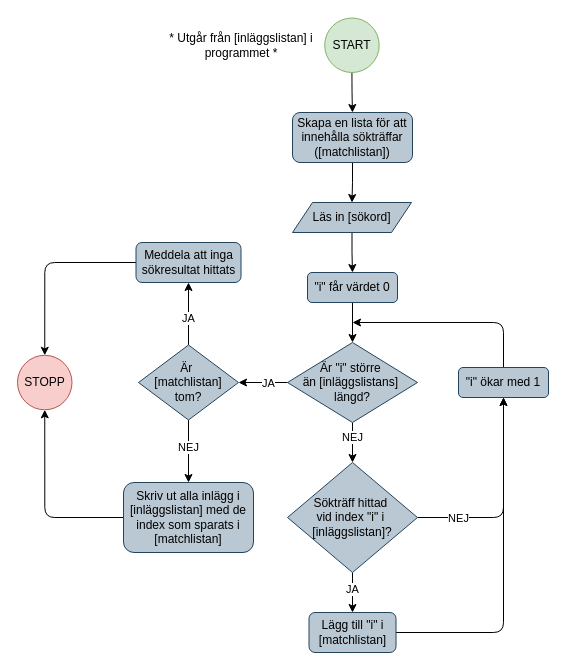
Before: Linjär sökning.drawio in JakeBow/shopping-list, a draw.io diagram. Source tidied: cells renumbered, new cells numbered last; positions are measured from the earlier drawing's top-left corner, leaving out a move shared by most shapes. Both pictures are drawn from the tidied source at 100%, with x=0, y=0 at pixel (17, 18).
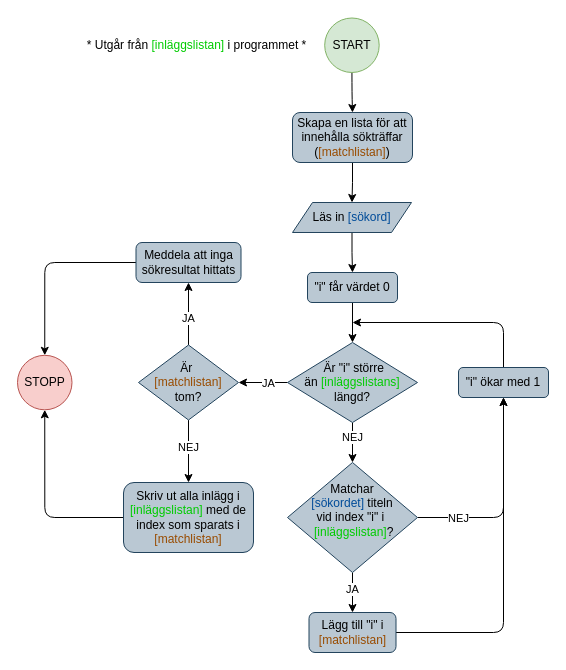
Above is the later version.

What changed in the source:
```diff
@@
-    <mxCell id="3" value="Skapa en lista för att innehålla sökträffar ([matchlistan])" style="rounded=1;whiteSpace=wrap;html=1;fontSize=12;glass=0;strokeWidth=1;shadow=0;fillColor=#bac8d3;strokeColor=#23445d;" parent="1" vertex="1">
+    <mxCell id="3" value="Skapa en lista för att innehålla sökträffar (&lt;font color=&quot;#994c00&quot;&gt;[matchlistan]&lt;/font&gt;)" style="rounded=1;whiteSpace=wrap;html=1;fontSize=12;glass=0;strokeWidth=1;shadow=0;fillColor=#bac8d3;strokeColor=#23445d;" parent="1" vertex="1">
       <mxGeometry x="275" y="94" width="120" height="50" as="geometry" />
     </mxCell>
@@
-    <mxCell id="5" value="Läs in [sökord]" style="shape=parallelogram;perimeter=parallelogramPerimeter;whiteSpace=wrap;html=1;fixedSize=1;fillColor=#bac8d3;strokeColor=#23445d;" parent="1" vertex="1">
+    <mxCell id="5" value="Läs in &lt;font color=&quot;#004c99&quot;&gt;[sökord]&lt;/font&gt;" style="shape=parallelogram;perimeter=parallelogramPerimeter;whiteSpace=wrap;html=1;fixedSize=1;fillColor=#bac8d3;strokeColor=#23445d;" parent="1" vertex="1">
       <mxGeometry x="275" y="184" width="119" height="30" as="geometry" />
     </mxCell>
-    <mxCell id="6" value="* Utgår från [inläggslistan] i programmet *" style="text;html=1;align=center;verticalAlign=middle;whiteSpace=wrap;rounded=0;" parent="1" vertex="1">
-      <mxGeometry x="149" y="11.8" width="150" height="30" as="geometry" />
+    <mxCell id="6" value="* Utgår från &lt;font color=&quot;#00cc00&quot;&gt;[inläggslistan]&lt;/font&gt; i programmet *" style="text;html=1;align=center;verticalAlign=middle;whiteSpace=wrap;rounded=0;" parent="1" vertex="1">
+      <mxGeometry x="66.5" y="11.8" width="225" height="30" as="geometry" />
     </mxCell>
@@
-    <mxCell id="13" value="&lt;div&gt;&lt;br&gt;&lt;/div&gt;&lt;div&gt;Sökträff hittad&amp;nbsp;&lt;/div&gt;&lt;div&gt;vid index &quot;i&quot; i&amp;nbsp;&lt;/div&gt;&lt;div&gt;[inläggslistan]?&lt;/div&gt;&lt;div&gt;&lt;br&gt;&lt;/div&gt;" style="rhombus;whiteSpace=wrap;html=1;fillColor=#bac8d3;strokeColor=#23445d;" parent="1" vertex="1">
+    <mxCell id="13" value="&lt;div&gt;&lt;br&gt;&lt;/div&gt;&lt;div&gt;Matchar&lt;/div&gt;&lt;div style=&quot;padding-top: 0px; padding-bottom: 0px; margin-bottom: 0px;&quot;&gt;&lt;font color=&quot;#004c99&quot;&gt;[sökordet]&lt;/font&gt; titeln &lt;br&gt;&lt;/div&gt;&lt;div&gt;vid index &quot;i&quot; i&amp;nbsp;&lt;/div&gt;&lt;div&gt;&lt;font color=&quot;#00cc00&quot;&gt;&amp;nbsp;[inläggslistan]&lt;/font&gt;?&lt;/div&gt;&lt;div&gt;&lt;br&gt;&lt;/div&gt;&lt;div&gt;&lt;br&gt;&lt;/div&gt;" style="rhombus;whiteSpace=wrap;html=1;fillColor=#bac8d3;strokeColor=#23445d;" parent="1" vertex="1">
       <mxGeometry x="270" y="444" width="130" height="110" as="geometry" />
     </mxCell>
@@
-    <mxCell id="18" value="&lt;div&gt;Är &quot;i&quot; större&amp;nbsp;&lt;/div&gt;&lt;div&gt;än [inläggslistans]&amp;nbsp;&lt;/div&gt;&lt;div&gt;längd?&lt;/div&gt;" style="rhombus;whiteSpace=wrap;html=1;fillColor=#bac8d3;strokeColor=#23445d;" parent="1" vertex="1">
+    <mxCell id="18" value="&lt;div&gt;&amp;nbsp; Är &quot;i&quot; större&amp;nbsp;&lt;/div&gt;&lt;div&gt;&amp;nbsp;än &lt;font color=&quot;#00cc00&quot;&gt;[inläggslistans]&lt;/font&gt;&amp;nbsp;&lt;/div&gt;&lt;div&gt;längd?&lt;/div&gt;" style="rhombus;whiteSpace=wrap;html=1;fillColor=#bac8d3;strokeColor=#23445d;" parent="1" vertex="1">
       <mxGeometry x="270" y="324" width="130" height="80" as="geometry" />
     </mxCell>
@@
-    <mxCell id="22" value="Lägg till &quot;i&quot; i [matchlistan]" style="rounded=1;whiteSpace=wrap;html=1;fillColor=#bac8d3;strokeColor=#23445d;" parent="1" vertex="1">
+    <mxCell id="22" value="Lägg till &quot;i&quot; i &lt;font color=&quot;#994c00&quot;&gt;[matchlistan]&lt;/font&gt;" style="rounded=1;whiteSpace=wrap;html=1;fillColor=#bac8d3;strokeColor=#23445d;" parent="1" vertex="1">
       <mxGeometry x="291.5" y="594" width="87" height="40" as="geometry" />
     </mxCell>
@@
-    <mxCell id="27" value="&lt;div&gt;Är&amp;nbsp;&lt;/div&gt;&lt;div&gt;&amp;nbsp;[matchlistan]&amp;nbsp;&lt;/div&gt;&lt;div&gt;tom?&lt;/div&gt;" style="rhombus;whiteSpace=wrap;html=1;fillColor=#bac8d3;strokeColor=#23445d;" parent="1" vertex="1">
+    <mxCell id="27" value="&lt;div&gt;Är&amp;nbsp;&lt;/div&gt;&lt;div&gt;&amp;nbsp;&lt;font color=&quot;#994c00&quot;&gt;[matchlistan]&lt;/font&gt;&amp;nbsp;&lt;/div&gt;&lt;div&gt;tom?&lt;/div&gt;" style="rhombus;whiteSpace=wrap;html=1;fillColor=#bac8d3;strokeColor=#23445d;" parent="1" vertex="1">
       <mxGeometry x="121" y="326.5" width="100" height="75" as="geometry" />
     </mxCell>
@@
-    <mxCell id="29" value="Skriv ut alla inlägg i [inläggslistan] med de index som sparats i [matchlistan]" style="rounded=1;whiteSpace=wrap;html=1;fontSize=12;glass=0;strokeWidth=1;shadow=0;fillColor=#bac8d3;strokeColor=#23445d;" parent="1" vertex="1">
+    <mxCell id="29" value="Skriv ut alla inlägg i &lt;font color=&quot;#00cc00&quot;&gt;[inläggslistan]&lt;/font&gt; med de index som sparats i &lt;font color=&quot;#994c00&quot;&gt;[matchlistan]&lt;/font&gt;" style="rounded=1;whiteSpace=wrap;html=1;fontSize=12;glass=0;strokeWidth=1;shadow=0;fillColor=#bac8d3;strokeColor=#23445d;" parent="1" vertex="1">
       <mxGeometry x="106" y="464" width="130" height="70" as="geometry" />
     </mxCell>
```
